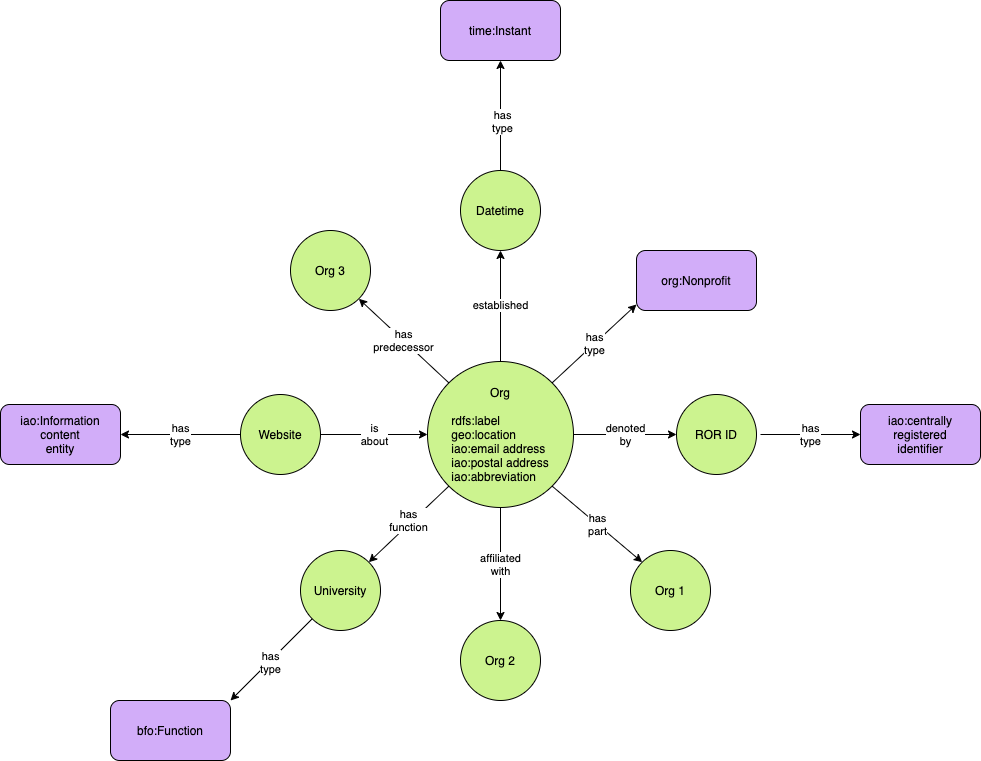
This is docs/img/org-overview.png from mconlon17/organization-ontology, a draw.io export, as it was before one commit. Source tidied: cells renumbered, new cells last; positions are measured from the earlier drawing's top-left corner, leaving out a move shared by most shapes. Its diagram source:
```xml
<mxGraphModel background="#ffffff">
  <root>
    <mxCell id="0" />
    <mxCell id="1" parent="0" />
    <mxCell id="2" value="Org 2" style="ellipse;whiteSpace=wrap;html=1;fillColor=#CCF38F;" parent="1" vertex="1">
      <mxGeometry x="460" y="620" width="80" height="80" as="geometry" />
    </mxCell>
    <mxCell id="3" value="Org 1" style="ellipse;whiteSpace=wrap;html=1;fillColor=#CCF38F;" parent="1" vertex="1">
      <mxGeometry x="630" y="550" width="80" height="80" as="geometry" />
    </mxCell>
    <mxCell id="4" value="ROR ID" style="ellipse;whiteSpace=wrap;html=1;fillColor=#CCF38F;" parent="1" vertex="1">
      <mxGeometry x="676" y="394" width="80" height="80" as="geometry" />
    </mxCell>
    <mxCell id="5" value="University" style="ellipse;whiteSpace=wrap;html=1;fillColor=#CCF38F;" parent="1" vertex="1">
      <mxGeometry x="300" y="550" width="80" height="80" as="geometry" />
    </mxCell>
    <mxCell id="6" value="Org 3&lt;span style=&quot;color: rgba(0 , 0 , 0 , 0) ; font-family: monospace ; font-size: 0px&quot;&gt;%3CmxGraphModel%3E%3Croot%3E%3CmxCell%20id%3D%220%22%2F%3E%3CmxCell%20id%3D%221%22%20parent%3D%220%22%2F%3E%3CmxCell%20id%3D%222%22%20value%3D%22Org%201%22%20style%3D%22ellipse%3BwhiteSpace%3Dwrap%3Bhtml%3D1%3Baspect%3Dfixed%3BfillColor%3D%23CCF38F%3B%22%20vertex%3D%221%22%20parent%3D%221%22%3E%3CmxGeometry%20x%3D%22590%22%20y%3D%22360%22%20width%3D%2280%22%20height%3D%2280%22%20as%3D%22geometry%22%2F%3E%3C%2FmxCell%3E%3C%2Froot%3E%3C%2FmxGraphModel%3E&lt;/span&gt;" style="ellipse;whiteSpace=wrap;html=1;fillColor=#CCF38F;" parent="1" vertex="1">
      <mxGeometry x="290" y="230" width="80" height="80" as="geometry" />
    </mxCell>
    <mxCell id="7" value="is&lt;br&gt;about" style="edgeStyle=orthogonalEdgeStyle;rounded=0;jettySize=auto;html=1;exitX=1;exitY=0.5;exitDx=0;exitDy=0;" parent="1" edge="1" source="9" target="13">
      <mxGeometry relative="1" as="geometry" />
    </mxCell>
    <mxCell id="8" value="has&lt;br&gt;type" style="edgeStyle=none;rounded=0;jettySize=auto;html=1;exitX=0;exitY=0.5;exitDx=0;exitDy=0;" parent="1" edge="1" source="9" target="19">
      <mxGeometry relative="1" as="geometry" />
    </mxCell>
    <mxCell id="9" value="Website" style="ellipse;whiteSpace=wrap;html=1;fillColor=#CCF38F;" parent="1" vertex="1">
      <mxGeometry x="240" y="394" width="80" height="80" as="geometry" />
    </mxCell>
    <mxCell id="10" value="org:Nonprofit" style="rounded=1;whiteSpace=wrap;html=1;fillColor=#d2adf9;" parent="1" vertex="1">
      <mxGeometry x="636" y="250" width="120" height="60" as="geometry" />
    </mxCell>
    <mxCell id="11" value="has&lt;br&gt;part" style="rounded=0;jettySize=auto;html=1;exitX=1;exitY=1;exitDx=0;exitDy=0;entryX=0;entryY=0;entryDx=0;entryDy=0;" parent="1" edge="1" source="13" target="3">
      <mxGeometry relative="1" as="geometry" />
    </mxCell>
    <mxCell id="12" value="affiliated&lt;br&gt;with" style="edgeStyle=none;rounded=0;jettySize=auto;html=1;exitX=0.5;exitY=1;exitDx=0;exitDy=0;" parent="1" edge="1" source="13" target="2">
      <mxGeometry relative="1" as="geometry" />
    </mxCell>
    <mxCell id="13" value="Org&lt;br&gt;&lt;br&gt;&lt;div style=&quot;text-align: left&quot;&gt;&lt;span&gt;rdfs:label&lt;/span&gt;&lt;/div&gt;&lt;div style=&quot;text-align: left&quot;&gt;&lt;span&gt;geo:location&lt;/span&gt;&lt;/div&gt;&lt;div style=&quot;text-align: left&quot;&gt;&lt;span&gt;iao:email address&lt;/span&gt;&lt;/div&gt;&lt;div style=&quot;text-align: left&quot;&gt;&lt;span&gt;iao:postal address&lt;/span&gt;&lt;/div&gt;&lt;div style=&quot;text-align: left&quot;&gt;&lt;span&gt;iao:abbreviation&lt;/span&gt;&lt;/div&gt;" style="ellipse;whiteSpace=wrap;html=1;fillColor=#CCF38F;" parent="1" vertex="1">
      <mxGeometry x="427" y="361" width="146" height="146" as="geometry" />
    </mxCell>
    <mxCell id="14" value="has&lt;br&gt;predecessor" style="endArrow=classic;html=1;entryX=1;entryY=1;entryDx=0;entryDy=0;exitX=0;exitY=0;exitDx=0;exitDy=0;" parent="1" edge="1" source="13" target="6">
      <mxGeometry relative="1" as="geometry" />
    </mxCell>
    <mxCell id="15" value="has&lt;br&gt;type" style="endArrow=classic;html=1;entryX=0;entryY=0.9;entryDx=0;entryDy=0;entryPerimeter=0;exitX=1;exitY=0;exitDx=0;exitDy=0;" parent="1" edge="1" source="13" target="10">
      <mxGeometry relative="1" as="geometry" />
    </mxCell>
    <mxCell id="16" value="denoted&lt;br&gt;by" style="endArrow=classic;html=1;exitX=1;exitY=0.5;exitDx=0;exitDy=0;" parent="1" edge="1" source="13" target="4">
      <mxGeometry relative="1" as="geometry" />
    </mxCell>
    <mxCell id="17" style="endArrow=classic;html=1;exitX=0;exitY=1;exitDx=0;exitDy=0;entryX=1;entryY=0;entryDx=0;entryDy=0;" parent="1" edge="1" source="13" target="5">
      <mxGeometry relative="1" as="geometry" />
    </mxCell>
    <mxCell id="18" value="has&lt;br&gt;function" style="edgeLabel;html=1;align=center;verticalAlign=middle;" parent="17" vertex="1">
      <mxGeometry x="-0.04" y="-3" relative="1" as="geometry" />
    </mxCell>
    <mxCell id="19" value="iao:Information&lt;br&gt;content&lt;br&gt;entity" style="rounded=1;whiteSpace=wrap;html=1;fillColor=#d2adf9;" parent="1" vertex="1">
      <mxGeometry y="404" width="120" height="60" as="geometry" />
    </mxCell>
    <mxCell id="20" value="iao:centrally&lt;br&gt;registered&lt;br&gt;identifier" style="rounded=1;whiteSpace=wrap;html=1;fillColor=#d2adf9;" parent="1" vertex="1">
      <mxGeometry x="860" y="404" width="120" height="60" as="geometry" />
    </mxCell>
    <mxCell id="21" value="Datetime" style="ellipse;whiteSpace=wrap;html=1;fillColor=#CCF38F;" parent="1" vertex="1">
      <mxGeometry x="460" y="170" width="80" height="80" as="geometry" />
    </mxCell>
    <mxCell id="22" value="established" style="endArrow=classic;html=1;" parent="1" edge="1" source="13" target="21">
      <mxGeometry relative="1" as="geometry" />
    </mxCell>
    <mxCell id="23" value="time:Instant" style="rounded=1;whiteSpace=wrap;html=1;fillColor=#d2adf9;" parent="1" vertex="1">
      <mxGeometry x="440" width="120" height="60" as="geometry" />
    </mxCell>
    <mxCell id="24" style="endArrow=classic;html=1;exitX=0.5;exitY=0;exitDx=0;exitDy=0;" parent="1" edge="1" source="21" target="23">
      <mxGeometry relative="1" as="geometry" />
    </mxCell>
    <mxCell id="25" value="has&lt;br&gt;type" style="edgeLabel;html=1;align=center;verticalAlign=middle;" parent="24" vertex="1">
      <mxGeometry x="-0.09" y="-1" relative="1" as="geometry" />
    </mxCell>
    <mxCell id="26" value="bfo:Function" style="rounded=1;whiteSpace=wrap;html=1;fillColor=#d2adf9;" parent="1" vertex="1">
      <mxGeometry x="110" y="700" width="120" height="60" as="geometry" />
    </mxCell>
    <mxCell id="27" style="endArrow=classic;html=1;entryX=1;entryY=0;entryDx=0;entryDy=0;" parent="1" edge="1" source="5" target="26">
      <mxGeometry relative="1" as="geometry" />
    </mxCell>
    <mxCell id="28" value="has&lt;br&gt;type" style="edgeLabel;html=1;align=center;verticalAlign=middle;" parent="27" vertex="1">
      <mxGeometry x="0.03" y="1" relative="1" as="geometry" />
    </mxCell>
    <mxCell id="29" value="has&lt;br&gt;type" style="endArrow=classic;html=1;entryX=0;entryY=0.5;entryDx=0;entryDy=0;" parent="1" edge="1" target="20">
      <mxGeometry relative="1" as="geometry">
        <mxPoint x="760" y="434" as="sourcePoint" />
      </mxGeometry>
    </mxCell>
  </root>
</mxGraphModel>
```
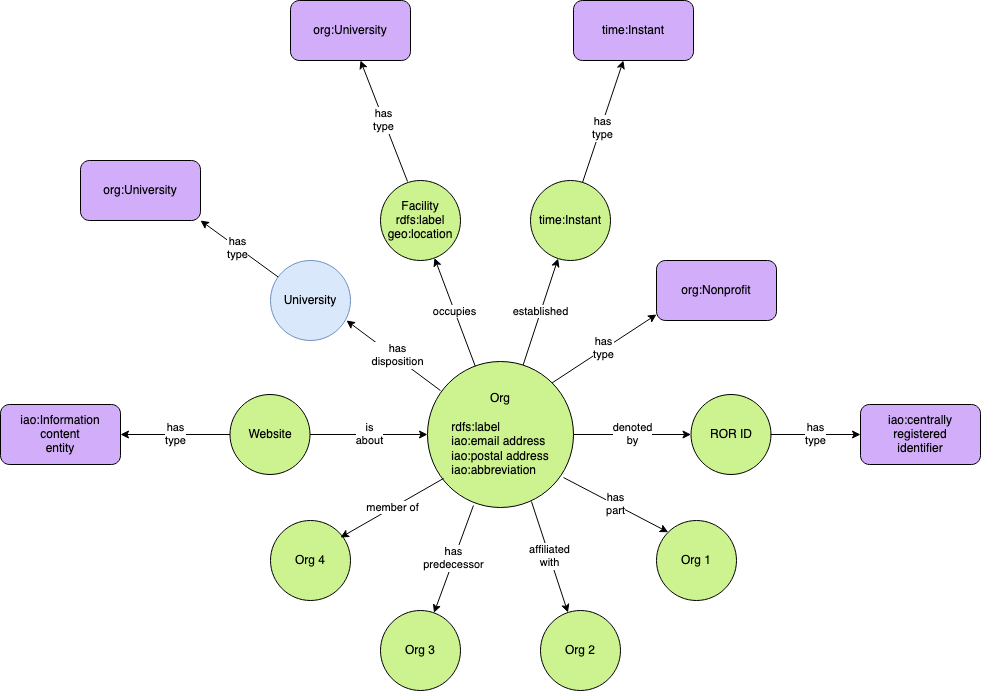
Above is the later version.

What changed in the source:
```diff
@@ -3,19 +3,19 @@
     <mxCell id="0" />
     <mxCell id="1" parent="0" />
     <mxCell id="2" value="Org 2" style="ellipse;whiteSpace=wrap;html=1;fillColor=#CCF38F;" parent="1" vertex="1">
-      <mxGeometry x="460" y="620" width="80" height="80" as="geometry" />
+      <mxGeometry x="490" y="610" width="80" height="80" as="geometry" />
     </mxCell>
     <mxCell id="3" value="Org 1" style="ellipse;whiteSpace=wrap;html=1;fillColor=#CCF38F;" parent="1" vertex="1">
-      <mxGeometry x="630" y="550" width="80" height="80" as="geometry" />
+      <mxGeometry x="606" y="520" width="80" height="80" as="geometry" />
     </mxCell>
     <mxCell id="4" value="ROR ID" style="ellipse;whiteSpace=wrap;html=1;fillColor=#CCF38F;" parent="1" vertex="1">
-      <mxGeometry x="676" y="394" width="80" height="80" as="geometry" />
+      <mxGeometry x="640.5" y="394" width="80" height="80" as="geometry" />
     </mxCell>
-    <mxCell id="5" value="University" style="ellipse;whiteSpace=wrap;html=1;fillColor=#CCF38F;" parent="1" vertex="1">
-      <mxGeometry x="300" y="550" width="80" height="80" as="geometry" />
+    <mxCell id="5" value="University" style="ellipse;whiteSpace=wrap;html=1;fillColor=#dae8fc;strokeColor=#6c8ebf;" parent="1" vertex="1">
+      <mxGeometry x="220" y="260" width="80" height="80" as="geometry" />
     </mxCell>
     <mxCell id="6" value="Org 3&lt;span style=&quot;color: rgba(0 , 0 , 0 , 0) ; font-family: monospace ; font-size: 0px&quot;&gt;%3CmxGraphModel%3E%3Croot%3E%3CmxCell%20id%3D%220%22%2F%3E%3CmxCell%20id%3D%221%22%20parent%3D%220%22%2F%3E%3CmxCell%20id%3D%222%22%20value%3D%22Org%201%22%20style%3D%22ellipse%3BwhiteSpace%3Dwrap%3Bhtml%3D1%3Baspect%3Dfixed%3BfillColor%3D%23CCF38F%3B%22%20vertex%3D%221%22%20parent%3D%221%22%3E%3CmxGeometry%20x%3D%22590%22%20y%3D%22360%22%20width%3D%2280%22%20height%3D%2280%22%20as%3D%22geometry%22%2F%3E%3C%2FmxCell%3E%3C%2Froot%3E%3C%2FmxGraphModel%3E&lt;/span&gt;" style="ellipse;whiteSpace=wrap;html=1;fillColor=#CCF38F;" parent="1" vertex="1">
-      <mxGeometry x="290" y="230" width="80" height="80" as="geometry" />
+      <mxGeometry x="330" y="610" width="80" height="80" as="geometry" />
     </mxCell>
     <mxCell id="7" value="is&lt;br&gt;about" style="edgeStyle=orthogonalEdgeStyle;rounded=0;jettySize=auto;html=1;exitX=1;exitY=0.5;exitDx=0;exitDy=0;" parent="1" edge="1" source="9" target="13">
       <mxGeometry relative="1" as="geometry" />
@@ -24,21 +24,21 @@
       <mxGeometry relative="1" as="geometry" />
     </mxCell>
     <mxCell id="9" value="Website" style="ellipse;whiteSpace=wrap;html=1;fillColor=#CCF38F;" parent="1" vertex="1">
-      <mxGeometry x="240" y="394" width="80" height="80" as="geometry" />
+      <mxGeometry x="179.5" y="394" width="80" height="80" as="geometry" />
     </mxCell>
     <mxCell id="10" value="org:Nonprofit" style="rounded=1;whiteSpace=wrap;html=1;fillColor=#d2adf9;" parent="1" vertex="1">
-      <mxGeometry x="636" y="250" width="120" height="60" as="geometry" />
+      <mxGeometry x="606" y="260" width="120" height="60" as="geometry" />
     </mxCell>
-    <mxCell id="11" value="has&lt;br&gt;part" style="rounded=0;jettySize=auto;html=1;exitX=1;exitY=1;exitDx=0;exitDy=0;entryX=0;entryY=0;entryDx=0;entryDy=0;" parent="1" edge="1" source="13" target="3">
+    <mxCell id="11" value="has&lt;br&gt;part" style="rounded=0;jettySize=auto;html=1;exitX=0.932;exitY=0.795;exitDx=0;exitDy=0;entryX=0;entryY=0;entryDx=0;entryDy=0;exitPerimeter=0;" parent="1" edge="1" source="13" target="3">
       <mxGeometry relative="1" as="geometry" />
     </mxCell>
-    <mxCell id="12" value="affiliated&lt;br&gt;with" style="edgeStyle=none;rounded=0;jettySize=auto;html=1;exitX=0.5;exitY=1;exitDx=0;exitDy=0;" parent="1" edge="1" source="13" target="2">
+    <mxCell id="12" value="affiliated&lt;br&gt;with" style="edgeStyle=none;rounded=0;jettySize=auto;html=1;exitX=0.712;exitY=0.959;exitDx=0;exitDy=0;exitPerimeter=0;" parent="1" edge="1" source="13" target="2">
       <mxGeometry relative="1" as="geometry" />
     </mxCell>
-    <mxCell id="13" value="Org&lt;br&gt;&lt;br&gt;&lt;div style=&quot;text-align: left&quot;&gt;&lt;span&gt;rdfs:label&lt;/span&gt;&lt;/div&gt;&lt;div style=&quot;text-align: left&quot;&gt;&lt;span&gt;geo:location&lt;/span&gt;&lt;/div&gt;&lt;div style=&quot;text-align: left&quot;&gt;&lt;span&gt;iao:email address&lt;/span&gt;&lt;/div&gt;&lt;div style=&quot;text-align: left&quot;&gt;&lt;span&gt;iao:postal address&lt;/span&gt;&lt;/div&gt;&lt;div style=&quot;text-align: left&quot;&gt;&lt;span&gt;iao:abbreviation&lt;/span&gt;&lt;/div&gt;" style="ellipse;whiteSpace=wrap;html=1;fillColor=#CCF38F;" parent="1" vertex="1">
-      <mxGeometry x="427" y="361" width="146" height="146" as="geometry" />
+    <mxCell id="13" value="Org&lt;br&gt;&lt;br&gt;&lt;div style=&quot;text-align: left&quot;&gt;&lt;span&gt;rdfs:label&lt;/span&gt;&lt;/div&gt;&lt;div style=&quot;text-align: left&quot;&gt;&lt;span&gt;iao:email address&lt;/span&gt;&lt;/div&gt;&lt;div style=&quot;text-align: left&quot;&gt;&lt;span&gt;iao:postal address&lt;/span&gt;&lt;/div&gt;&lt;div style=&quot;text-align: left&quot;&gt;&lt;span&gt;iao:abbreviation&lt;/span&gt;&lt;/div&gt;" style="ellipse;whiteSpace=wrap;html=1;fillColor=#CCF38F;" parent="1" vertex="1">
+      <mxGeometry x="377" y="361" width="146" height="146" as="geometry" />
     </mxCell>
-    <mxCell id="14" value="has&lt;br&gt;predecessor" style="endArrow=classic;html=1;entryX=1;entryY=1;entryDx=0;entryDy=0;exitX=0;exitY=0;exitDx=0;exitDy=0;" parent="1" edge="1" source="13" target="6">
+    <mxCell id="14" value="has&lt;br&gt;predecessor" style="endArrow=classic;html=1;exitX=0.315;exitY=0.986;exitDx=0;exitDy=0;exitPerimeter=0;" parent="1" edge="1" source="13" target="6">
       <mxGeometry relative="1" as="geometry" />
     </mxCell>
     <mxCell id="15" value="has&lt;br&gt;type" style="endArrow=classic;html=1;entryX=0;entryY=0.9;entryDx=0;entryDy=0;entryPerimeter=0;exitX=1;exitY=0;exitDx=0;exitDy=0;" parent="1" edge="1" source="13" target="10">
@@ -47,37 +47,37 @@
     <mxCell id="16" value="denoted&lt;br&gt;by" style="endArrow=classic;html=1;exitX=1;exitY=0.5;exitDx=0;exitDy=0;" parent="1" edge="1" source="13" target="4">
       <mxGeometry relative="1" as="geometry" />
     </mxCell>
-    <mxCell id="17" style="endArrow=classic;html=1;exitX=0;exitY=1;exitDx=0;exitDy=0;entryX=1;entryY=0;entryDx=0;entryDy=0;" parent="1" edge="1" source="13" target="5">
+    <mxCell id="17" style="endArrow=classic;html=1;exitX=0.089;exitY=0.199;exitDx=0;exitDy=0;entryX=0.95;entryY=0.75;entryDx=0;entryDy=0;exitPerimeter=0;entryPerimeter=0;" parent="1" edge="1" source="13" target="5">
       <mxGeometry relative="1" as="geometry" />
     </mxCell>
-    <mxCell id="18" value="has&lt;br&gt;function" style="edgeLabel;html=1;align=center;verticalAlign=middle;" parent="17" vertex="1">
+    <mxCell id="18" value="has&lt;br&gt;disposition" style="edgeLabel;html=1;align=center;verticalAlign=middle;" parent="17" vertex="1">
       <mxGeometry x="-0.04" y="-3" relative="1" as="geometry" />
     </mxCell>
     <mxCell id="19" value="iao:Information&lt;br&gt;content&lt;br&gt;entity" style="rounded=1;whiteSpace=wrap;html=1;fillColor=#d2adf9;" parent="1" vertex="1">
-      <mxGeometry y="404" width="120" height="60" as="geometry" />
+      <mxGeometry x="-50" y="404" width="120" height="60" as="geometry" />
     </mxCell>
     <mxCell id="20" value="iao:centrally&lt;br&gt;registered&lt;br&gt;identifier" style="rounded=1;whiteSpace=wrap;html=1;fillColor=#d2adf9;" parent="1" vertex="1">
-      <mxGeometry x="860" y="404" width="120" height="60" as="geometry" />
+      <mxGeometry x="810" y="404" width="120" height="60" as="geometry" />
     </mxCell>
-    <mxCell id="21" value="Datetime" style="ellipse;whiteSpace=wrap;html=1;fillColor=#CCF38F;" parent="1" vertex="1">
-      <mxGeometry x="460" y="170" width="80" height="80" as="geometry" />
+    <mxCell id="21" value="time:Instant" style="ellipse;whiteSpace=wrap;html=1;fillColor=#CCF38F;" parent="1" vertex="1">
+      <mxGeometry x="480" y="180" width="80" height="80" as="geometry" />
     </mxCell>
     <mxCell id="22" value="established" style="endArrow=classic;html=1;" parent="1" edge="1" source="13" target="21">
       <mxGeometry relative="1" as="geometry" />
     </mxCell>
     <mxCell id="23" value="time:Instant" style="rounded=1;whiteSpace=wrap;html=1;fillColor=#d2adf9;" parent="1" vertex="1">
-      <mxGeometry x="440" width="120" height="60" as="geometry" />
+      <mxGeometry x="523" width="120" height="60" as="geometry" />
     </mxCell>
-    <mxCell id="24" style="endArrow=classic;html=1;exitX=0.5;exitY=0;exitDx=0;exitDy=0;" parent="1" edge="1" source="21" target="23">
+    <mxCell id="24" style="endArrow=classic;html=1;exitX=0.65;exitY=0.025;exitDx=0;exitDy=0;exitPerimeter=0;" parent="1" edge="1" source="21" target="23">
       <mxGeometry relative="1" as="geometry" />
     </mxCell>
     <mxCell id="25" value="has&lt;br&gt;type" style="edgeLabel;html=1;align=center;verticalAlign=middle;" parent="24" vertex="1">
       <mxGeometry x="-0.09" y="-1" relative="1" as="geometry" />
     </mxCell>
-    <mxCell id="26" value="bfo:Function" style="rounded=1;whiteSpace=wrap;html=1;fillColor=#d2adf9;" parent="1" vertex="1">
-      <mxGeometry x="110" y="700" width="120" height="60" as="geometry" />
+    <mxCell id="26" value="org:University" style="rounded=1;whiteSpace=wrap;html=1;fillColor=#d2adf9;" parent="1" vertex="1">
+      <mxGeometry x="30" y="160" width="120" height="60" as="geometry" />
     </mxCell>
-    <mxCell id="27" style="endArrow=classic;html=1;entryX=1;entryY=0;entryDx=0;entryDy=0;" parent="1" edge="1" source="5" target="26">
+    <mxCell id="27" style="endArrow=classic;html=1;entryX=1;entryY=1;entryDx=0;entryDy=0;" parent="1" edge="1" source="5" target="26">
       <mxGeometry relative="1" as="geometry" />
     </mxCell>
     <mxCell id="28" value="has&lt;br&gt;type" style="edgeLabel;html=1;align=center;verticalAlign=middle;" parent="27" vertex="1">
@@ -85,8 +85,28 @@
     </mxCell>
     <mxCell id="29" value="has&lt;br&gt;type" style="endArrow=classic;html=1;entryX=0;entryY=0.5;entryDx=0;entryDy=0;" parent="1" edge="1" target="20">
       <mxGeometry relative="1" as="geometry">
-        <mxPoint x="760" y="434" as="sourcePoint" />
+        <mxPoint x="720" y="434" as="sourcePoint" />
       </mxGeometry>
     </mxCell>
+    <mxCell id="30" value="&lt;div&gt;Facility&lt;/div&gt;&lt;div&gt;rdfs:label&lt;/div&gt;&lt;div&gt;geo:location&lt;br&gt;&lt;/div&gt;" style="ellipse;whiteSpace=wrap;html=1;fillColor=#CCF38F;" parent="1" vertex="1">
+      <mxGeometry x="330" y="180" width="80" height="80" as="geometry" />
+    </mxCell>
+    <mxCell id="31" value="occupies" style="endArrow=classic;html=1;" parent="1" edge="1" source="13" target="30">
+      <mxGeometry relative="1" as="geometry" />
+    </mxCell>
+    <mxCell id="32" value="Org 4" style="ellipse;whiteSpace=wrap;html=1;fillColor=#CCF38F;" parent="1" vertex="1">
+      <mxGeometry x="220" y="520" width="80" height="80" as="geometry" />
+    </mxCell>
+    <mxCell id="33" value="member of" style="rounded=0;jettySize=auto;html=1;exitX=0.11;exitY=0.801;exitDx=0;exitDy=0;exitPerimeter=0;" parent="1" edge="1" source="13">
+      <mxGeometry relative="1" as="geometry">
+        <mxPoint x="290" y="537" as="targetPoint" />
+      </mxGeometry>
+    </mxCell>
+    <mxCell id="34" value="org:University" style="rounded=1;whiteSpace=wrap;html=1;fillColor=#d2adf9;" parent="1" vertex="1">
+      <mxGeometry x="240" width="120" height="60" as="geometry" />
+    </mxCell>
+    <mxCell id="35" value="&lt;div&gt;has&lt;/div&gt;&lt;div&gt;type&lt;br&gt;&lt;/div&gt;" style="endArrow=classic;html=1;entryX=0.583;entryY=1;entryDx=0;entryDy=0;entryPerimeter=0;exitX=0.338;exitY=0.013;exitDx=0;exitDy=0;exitPerimeter=0;" parent="1" edge="1" source="30" target="34">
+      <mxGeometry relative="1" as="geometry" />
+    </mxCell>
   </root>
 </mxGraphModel>
```
